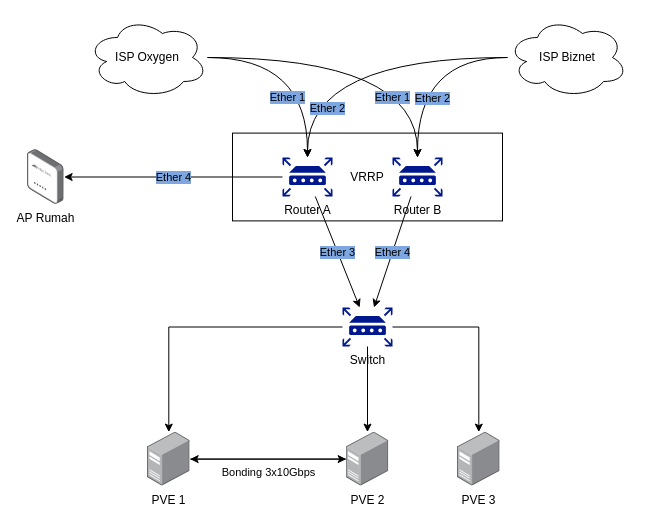
This is drawio/Network Topology Bullnium.drawio from WaxArsatia/Random, a draw.io file, before an edit. Source tidied: cells renumbered, new cells numbered last; positions are measured from the earlier drawing's top-left corner, leaving out a move shared by most shapes. Both pictures are drawn from the tidied source at 100%, with x=0, y=0 at pixel (27, 17).
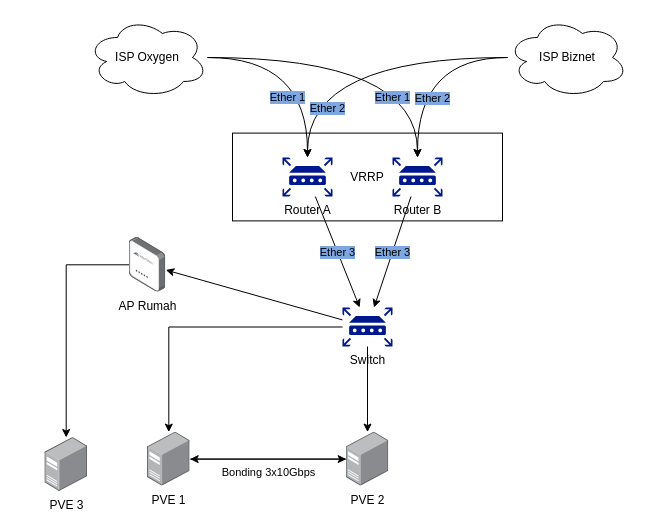
Above is the later version.

The change refers to these unchanged cells:
```xml
<mxCell id="5" value="Router A" style="sketch=0;shadow=0;dashed=0;html=1;strokeColor=none;labelPosition=center;verticalLabelPosition=bottom;verticalAlign=top;align=center;fillColor=#00188D;shape=mxgraph.mscae.enterprise.router;" parent="1" vertex="1">
  <mxGeometry x="255" y="140" width="50" height="39" as="geometry" />
</mxCell>
<mxCell id="13" value="Switch" style="sketch=0;shadow=0;dashed=0;html=1;strokeColor=none;labelPosition=center;verticalLabelPosition=bottom;verticalAlign=top;align=center;fillColor=#00188D;shape=mxgraph.mscae.enterprise.router;" parent="1" vertex="1">
  <mxGeometry x="315" y="290" width="50" height="39" as="geometry" />
</mxCell>
<mxCell id="20" value="Router B" style="sketch=0;shadow=0;dashed=0;html=1;strokeColor=none;labelPosition=center;verticalLabelPosition=bottom;verticalAlign=top;align=center;fillColor=#00188D;shape=mxgraph.mscae.enterprise.router;" parent="1" vertex="1">
  <mxGeometry x="365" y="140" width="50" height="39" as="geometry" />
</mxCell>
```

What changed in the source:
```diff
@@
-    <mxCell id="4" value="Ether 4" style="edgeStyle=orthogonalEdgeStyle;rounded=0;jettySize=auto;html=1;labelBackgroundColor=#7EA6E0;" parent="1" edge="1" source="5" target="14">
+    <mxCell id="4" style="rounded=0;jettySize=auto;html=1;labelBackgroundColor=#7EA6E0;" parent="1" edge="1" source="13" target="14">
       <mxGeometry relative="1" as="geometry" />
     </mxCell>
@@
-    <mxCell id="12" style="edgeStyle=orthogonalEdgeStyle;rounded=0;jettySize=auto;html=1;" parent="1" edge="1" source="13" target="19">
+    <mxCell id="12" style="edgeStyle=orthogonalEdgeStyle;rounded=0;jettySize=auto;html=1;" parent="1" edge="1" source="14" target="19">
       <mxGeometry relative="1" as="geometry" />
     </mxCell>
@@
     <mxCell id="14" value="AP Rumah" style="image;points=[];html=1;align=center;shadow=0;dashed=0;image=img/lib/allied_telesis/wireless/Access_Point_Indoor.svg;" parent="1" vertex="1">
-      <mxGeometry y="132.2" width="36.6" height="54.6" as="geometry" />
+      <mxGeometry x="101.7" y="220" width="36.6" height="54.6" as="geometry" />
     </mxCell>
@@
     <mxCell id="19" value="PVE 3" style="image;points=[];html=1;align=center;shadow=0;dashed=0;image=img/lib/allied_telesis/computer_and_terminals/Server_Desktop.svg;" parent="1" vertex="1">
-      <mxGeometry x="430" y="414.6" width="42.6" height="54" as="geometry" />
+      <mxGeometry x="17.4" y="420" width="42.6" height="54" as="geometry" />
     </mxCell>
@@
-    <mxCell id="23" value="Ether 4" style="rounded=0;jettySize=auto;html=1;labelBackgroundColor=#7EA6E0;" parent="1" edge="1" source="20" target="13">
+    <mxCell id="23" value="&lt;div&gt;Ether 3&lt;/div&gt;" style="rounded=0;jettySize=auto;html=1;labelBackgroundColor=#7EA6E0;" parent="1" edge="1" source="20" target="13">
       <mxGeometry relative="1" as="geometry" />
     </mxCell>
```
